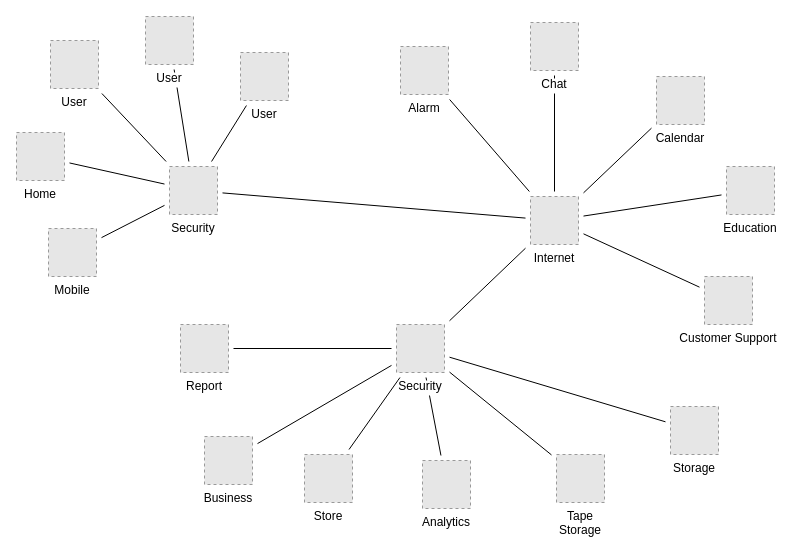
Above: Komponenten.drawio in themue/OTC (draw.io), before the change. Source tidied: cells renumbered, new cells numbered last; positions are measured from the earlier drawing's top-left corner, leaving out a move shared by most shapes. Both pictures are drawn from the tidied source at 100%, with x=0, y=0 at pixel (16, 16). Pictures stored in the file or linked from it are replaced by grey dashed boxes.
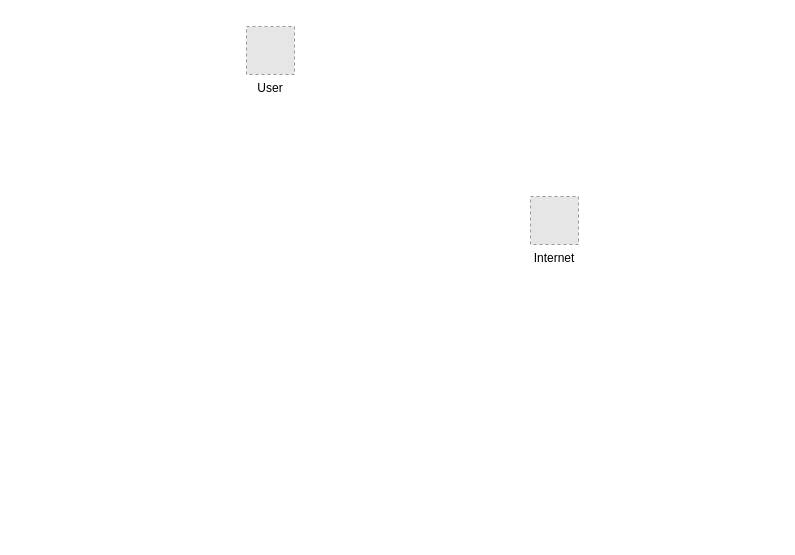
Above is the later version.

Unchanged cells that the change refers to:
```xml
<mxCell id="30" value="Internet" style="fillColor=#E6E6E6;strokeColor=#999999;dashed=1;verticalLabelPosition=bottom;verticalAlign=top;labelBackgroundColor=#ffffff;" parent="1" vertex="1">
  <mxGeometry x="514" y="180" width="48" height="48" as="geometry" />
</mxCell>
```

Change to the diagram source:
```diff
@@
-    <mxCell id="2" style="edgeStyle=none;rounded=0;jettySize=auto;html=1;sourcePerimeterSpacing=5;endArrow=none;endFill=0;targetPerimeterSpacing=5;" parent="1" edge="1" source="21" target="31">
-      <mxGeometry relative="1" as="geometry" />
-    </mxCell>
-    <mxCell id="3" style="edgeStyle=none;rounded=0;jettySize=auto;html=1;sourcePerimeterSpacing=5;endArrow=none;endFill=0;targetPerimeterSpacing=5;" parent="1" edge="1" source="24" target="31">
-      <mxGeometry relative="1" as="geometry" />
-    </mxCell>
-    <mxCell id="4" style="edgeStyle=none;rounded=0;jettySize=auto;html=1;sourcePerimeterSpacing=5;endArrow=none;endFill=0;targetPerimeterSpacing=5;" parent="1" edge="1" source="30" target="26">
-      <mxGeometry relative="1" as="geometry" />
-    </mxCell>
-    <mxCell id="5" style="edgeStyle=none;rounded=0;jettySize=auto;html=1;sourcePerimeterSpacing=5;endArrow=none;endFill=0;targetPerimeterSpacing=5;" parent="1" edge="1" source="30" target="22">
-      <mxGeometry relative="1" as="geometry" />
-    </mxCell>
-    <mxCell id="6" style="edgeStyle=none;rounded=0;jettySize=auto;html=1;sourcePerimeterSpacing=5;endArrow=none;endFill=0;targetPerimeterSpacing=5;" parent="1" edge="1" source="30" target="32">
-      <mxGeometry relative="1" as="geometry" />
-    </mxCell>
-    <mxCell id="7" style="edgeStyle=none;rounded=0;jettySize=auto;html=1;sourcePerimeterSpacing=5;endArrow=none;endFill=0;targetPerimeterSpacing=5;" parent="1" edge="1" source="30" target="25">
-      <mxGeometry relative="1" as="geometry" />
-    </mxCell>
-    <mxCell id="8" style="edgeStyle=none;rounded=0;jettySize=auto;html=1;sourcePerimeterSpacing=5;endArrow=none;endFill=0;targetPerimeterSpacing=5;" parent="1" edge="1" source="30" target="23">
-      <mxGeometry relative="1" as="geometry" />
-    </mxCell>
-    <mxCell id="9" style="edgeStyle=none;rounded=0;jettySize=auto;html=1;sourcePerimeterSpacing=5;endArrow=none;endFill=0;targetPerimeterSpacing=5;" parent="1" edge="1" source="30" target="38">
-      <mxGeometry relative="1" as="geometry" />
-    </mxCell>
-    <mxCell id="10" style="edgeStyle=none;rounded=0;jettySize=auto;html=1;sourcePerimeterSpacing=5;endArrow=none;endFill=0;targetPerimeterSpacing=5;" parent="1" edge="1" source="31" target="30">
-      <mxGeometry relative="1" as="geometry" />
-    </mxCell>
-    <mxCell id="11" style="edgeStyle=none;rounded=0;jettySize=auto;html=1;sourcePerimeterSpacing=5;endArrow=none;endFill=0;targetPerimeterSpacing=5;" parent="1" edge="1" source="35" target="31">
-      <mxGeometry relative="1" as="geometry" />
-    </mxCell>
-    <mxCell id="12" style="rounded=0;jettySize=auto;html=1;endArrow=none;endFill=0;sourcePerimeterSpacing=5;targetPerimeterSpacing=5;" parent="1" edge="1" source="36" target="31">
-      <mxGeometry relative="1" as="geometry" />
-    </mxCell>
-    <mxCell id="13" style="edgeStyle=none;rounded=0;jettySize=auto;html=1;sourcePerimeterSpacing=5;endArrow=none;endFill=0;targetPerimeterSpacing=5;" parent="1" edge="1" source="37" target="31">
-      <mxGeometry relative="1" as="geometry" />
-    </mxCell>
-    <mxCell id="14" style="edgeStyle=none;rounded=0;jettySize=auto;html=1;sourcePerimeterSpacing=5;endArrow=none;endFill=0;targetPerimeterSpacing=5;" parent="1" edge="1" source="38" target="28">
-      <mxGeometry relative="1" as="geometry" />
-    </mxCell>
-    <mxCell id="15" style="edgeStyle=none;rounded=0;jettySize=auto;html=1;sourcePerimeterSpacing=5;endArrow=none;endFill=0;targetPerimeterSpacing=5;" parent="1" edge="1" source="38" target="27">
-      <mxGeometry relative="1" as="geometry" />
-    </mxCell>
-    <mxCell id="16" style="edgeStyle=none;rounded=0;jettySize=auto;html=1;sourcePerimeterSpacing=5;endArrow=none;endFill=0;targetPerimeterSpacing=5;" parent="1" edge="1" source="38" target="34">
-      <mxGeometry relative="1" as="geometry" />
-    </mxCell>
-    <mxCell id="17" style="edgeStyle=none;rounded=0;jettySize=auto;html=1;sourcePerimeterSpacing=5;endArrow=none;endFill=0;targetPerimeterSpacing=5;" parent="1" edge="1" source="38" target="33">
-      <mxGeometry relative="1" as="geometry" />
-    </mxCell>
-    <mxCell id="18" style="edgeStyle=none;rounded=0;jettySize=auto;html=1;sourcePerimeterSpacing=5;endArrow=none;endFill=0;targetPerimeterSpacing=5;" parent="1" edge="1" source="38" target="20">
-      <mxGeometry relative="1" as="geometry" />
-    </mxCell>
-    <mxCell id="19" style="edgeStyle=none;rounded=0;jettySize=auto;html=1;sourcePerimeterSpacing=5;endArrow=none;endFill=0;targetPerimeterSpacing=5;" parent="1" edge="1" source="38" target="29">
-      <mxGeometry relative="1" as="geometry" />
-    </mxCell>
-    <mxCell id="20" value="Tape&#10;Storage" style="fillColor=#E6E6E6;strokeColor=#999999;dashed=1;verticalLabelPosition=bottom;verticalAlign=top;labelBackgroundColor=#ffffff;" parent="1" vertex="1">
-      <mxGeometry x="540" y="438" width="48" height="48" as="geometry" />
-    </mxCell>
-    <mxCell id="21" value="Mobile" style="fillColor=#E6E6E6;strokeColor=#999999;dashed=1;verticalLabelPosition=bottom;verticalAlign=top;labelBackgroundColor=#ffffff;" parent="1" vertex="1">
-      <mxGeometry x="32" y="212" width="48" height="48" as="geometry" />
-    </mxCell>
-    <mxCell id="22" value="Chat" style="fillColor=#E6E6E6;strokeColor=#999999;dashed=1;verticalLabelPosition=bottom;verticalAlign=top;labelBackgroundColor=#ffffff;" parent="1" vertex="1">
-      <mxGeometry x="514" y="6" width="48" height="48" as="geometry" />
-    </mxCell>
-    <mxCell id="23" value="Customer Support" style="fillColor=#E6E6E6;strokeColor=#999999;dashed=1;verticalLabelPosition=bottom;verticalAlign=top;labelBackgroundColor=#ffffff;" parent="1" vertex="1">
-      <mxGeometry x="688" y="260" width="48" height="48" as="geometry" />
-    </mxCell>
-    <mxCell id="24" value="Home" style="fillColor=#E6E6E6;strokeColor=#999999;dashed=1;verticalLabelPosition=bottom;verticalAlign=top;labelBackgroundColor=#ffffff;" parent="1" vertex="1">
-      <mxGeometry y="116" width="48" height="48" as="geometry" />
-    </mxCell>
-    <mxCell id="25" value="Education" style="fillColor=#E6E6E6;strokeColor=#999999;dashed=1;verticalLabelPosition=bottom;verticalAlign=top;labelBackgroundColor=#ffffff;" parent="1" vertex="1">
-      <mxGeometry x="710" y="150" width="48" height="48" as="geometry" />
-    </mxCell>
-    <mxCell id="26" value="Alarm" style="fillColor=#E6E6E6;strokeColor=#999999;dashed=1;verticalLabelPosition=bottom;verticalAlign=top;labelBackgroundColor=#ffffff;" parent="1" vertex="1">
-      <mxGeometry x="384" y="30" width="48" height="48" as="geometry" />
-    </mxCell>
-    <mxCell id="27" value="Business" style="fillColor=#E6E6E6;strokeColor=#999999;dashed=1;verticalLabelPosition=bottom;verticalAlign=top;labelBackgroundColor=#ffffff;" parent="1" vertex="1">
-      <mxGeometry x="188" y="420" width="48" height="48" as="geometry" />
-    </mxCell>
-    <mxCell id="28" value="Report" style="fillColor=#E6E6E6;strokeColor=#999999;dashed=1;verticalLabelPosition=bottom;verticalAlign=top;labelBackgroundColor=#ffffff;" parent="1" vertex="1">
-      <mxGeometry x="164" y="308" width="48" height="48" as="geometry" />
-    </mxCell>
-    <mxCell id="29" value="Storage" style="fillColor=#E6E6E6;strokeColor=#999999;dashed=1;verticalLabelPosition=bottom;verticalAlign=top;labelBackgroundColor=#ffffff;" parent="1" vertex="1">
-      <mxGeometry x="654" y="390" width="48" height="48" as="geometry" />
-    </mxCell>
@@
-    <mxCell id="31" value="Security" style="fillColor=#E6E6E6;strokeColor=#999999;dashed=1;verticalLabelPosition=bottom;verticalAlign=top;labelBackgroundColor=#ffffff;" parent="1" vertex="1">
-      <mxGeometry x="153" y="150" width="48" height="48" as="geometry" />
-    </mxCell>
-    <mxCell id="32" value="Calendar" style="fillColor=#E6E6E6;strokeColor=#999999;dashed=1;verticalLabelPosition=bottom;verticalAlign=top;labelBackgroundColor=#ffffff;" parent="1" vertex="1">
-      <mxGeometry x="640" y="60" width="48" height="48" as="geometry" />
-    </mxCell>
-    <mxCell id="33" value="Analytics" style="fillColor=#E6E6E6;strokeColor=#999999;dashed=1;verticalLabelPosition=bottom;verticalAlign=top;labelBackgroundColor=#ffffff;" parent="1" vertex="1">
-      <mxGeometry x="406" y="444" width="48" height="48" as="geometry" />
-    </mxCell>
-    <mxCell id="34" value="Store" style="fillColor=#E6E6E6;strokeColor=#999999;dashed=1;verticalLabelPosition=bottom;verticalAlign=top;labelBackgroundColor=#ffffff;" parent="1" vertex="1">
-      <mxGeometry x="288" y="438" width="48" height="48" as="geometry" />
-    </mxCell>
-    <mxCell id="35" value="User" style="fillColor=#E6E6E6;strokeColor=#999999;dashed=1;verticalLabelPosition=bottom;verticalAlign=top;labelBackgroundColor=#ffffff;" parent="1" vertex="1">
-      <mxGeometry x="34" y="24" width="48" height="48" as="geometry" />
-    </mxCell>
-    <mxCell id="36" value="User" style="fillColor=#E6E6E6;strokeColor=#999999;dashed=1;verticalLabelPosition=bottom;verticalAlign=top;labelBackgroundColor=#ffffff;" parent="1" vertex="1">
-      <mxGeometry x="224" y="36" width="48" height="48" as="geometry" />
-    </mxCell>
     <mxCell id="37" value="User" style="fillColor=#E6E6E6;strokeColor=#999999;dashed=1;verticalLabelPosition=bottom;verticalAlign=top;labelBackgroundColor=#ffffff;" parent="1" vertex="1">
-      <mxGeometry x="129" width="48" height="48" as="geometry" />
+      <mxGeometry x="230" y="10" width="48" height="48" as="geometry" />
     </mxCell>
-    <mxCell id="38" value="Security" style="fillColor=#E6E6E6;strokeColor=#999999;dashed=1;verticalLabelPosition=bottom;verticalAlign=top;labelBackgroundColor=#ffffff;" parent="1" vertex="1">
-      <mxGeometry x="380" y="308" width="48" height="48" as="geometry" />
-    </mxCell>
```
